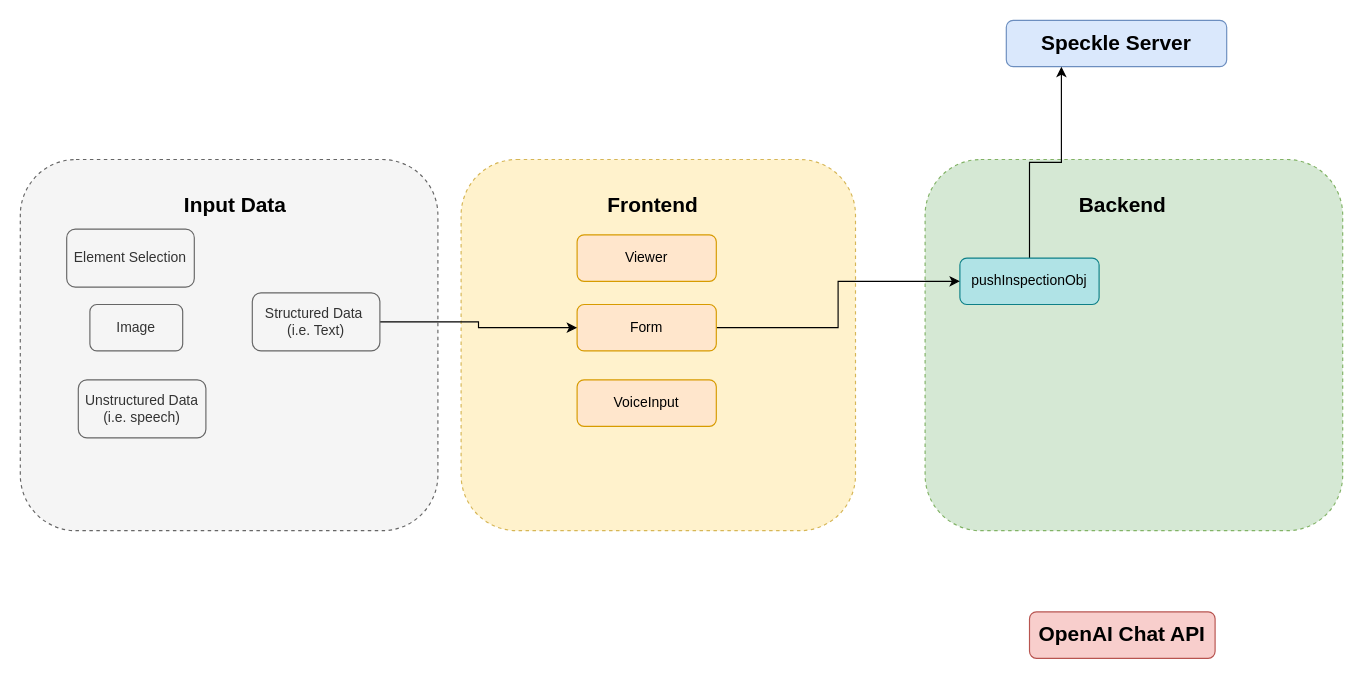
kaison428/SpeckleClashConcrete keeps this draw.io diagram as Untitled Diagram.drawio. Above is the earlier version. Source tidied: cells renumbered, new cells numbered last; positions are measured from the earlier drawing's top-left corner, leaving out a move shared by most shapes. Both pictures are drawn from the tidied source at 116%, with x=0, y=0 at pixel (20, 20).
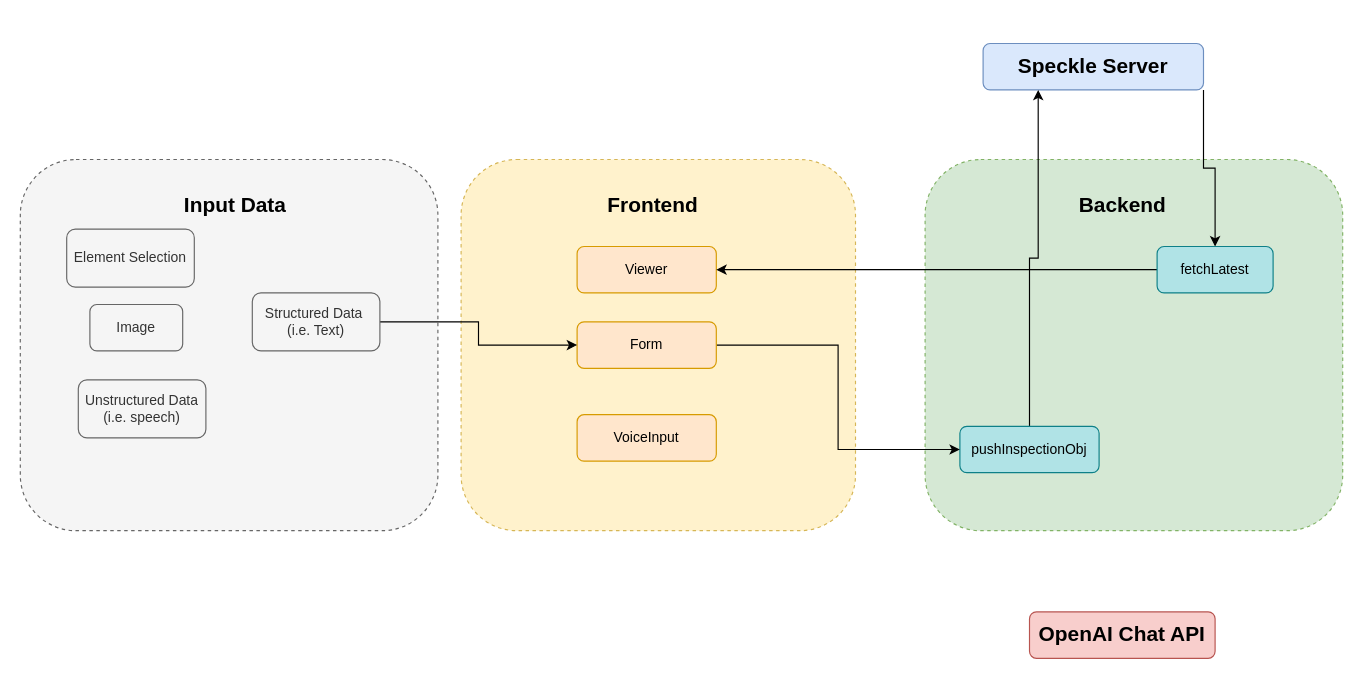
After the change.

The edit, as a diff of the source:
```diff
@@
+    <mxCell id="21" style="edgeStyle=orthogonalEdgeStyle;rounded=0;jettySize=auto;html=1;exitX=1;exitY=1;exitDx=0;exitDy=0;entryX=0.5;entryY=0;entryDx=0;entryDy=0;" parent="1" edge="1" source="5" target="23">
+      <mxGeometry relative="1" as="geometry" />
+    </mxCell>
     <mxCell id="5" value="Speckle Server" style="rounded=1;whiteSpace=wrap;html=1;fontSize=18;glass=0;strokeWidth=1;shadow=0;fillColor=#dae8fc;strokeColor=#6c8ebf;fontStyle=1;" parent="1" vertex="1">
-      <mxGeometry x="850" width="190" height="40" as="geometry" />
+      <mxGeometry x="830" y="20" width="190" height="40" as="geometry" />
     </mxCell>
@@
     <mxCell id="7" value="pushInspectionObj" style="rounded=1;whiteSpace=wrap;html=1;fontSize=12;glass=0;strokeWidth=1;shadow=0;fillColor=#b0e3e6;strokeColor=#0e8088;" parent="1" vertex="1">
-      <mxGeometry x="810" y="205" width="120" height="40" as="geometry" />
+      <mxGeometry x="810" y="350" width="120" height="40" as="geometry" />
     </mxCell>
     <mxCell id="8" value="Viewer" style="rounded=1;whiteSpace=wrap;html=1;fontSize=12;glass=0;strokeWidth=1;shadow=0;fillColor=#ffe6cc;strokeColor=#d79b00;" parent="1" vertex="1">
-      <mxGeometry x="480" y="185" width="120" height="40" as="geometry" />
+      <mxGeometry x="480" y="195" width="120" height="40" as="geometry" />
     </mxCell>
@@
     <mxCell id="16" value="Form" style="rounded=1;whiteSpace=wrap;html=1;fontSize=12;glass=0;strokeWidth=1;shadow=0;fillColor=#ffe6cc;strokeColor=#d79b00;" parent="1" vertex="1">
-      <mxGeometry x="480" y="245" width="120" height="40" as="geometry" />
+      <mxGeometry x="480" y="260" width="120" height="40" as="geometry" />
     </mxCell>
     <mxCell id="17" value="VoiceInput" style="rounded=1;whiteSpace=wrap;html=1;fontSize=12;glass=0;strokeWidth=1;shadow=0;fillColor=#ffe6cc;strokeColor=#d79b00;" parent="1" vertex="1">
-      <mxGeometry x="480" y="310" width="120" height="40" as="geometry" />
+      <mxGeometry x="480" y="340" width="120" height="40" as="geometry" />
     </mxCell>
@@
+    <mxCell id="22" style="edgeStyle=orthogonalEdgeStyle;rounded=0;jettySize=auto;html=1;entryX=1;entryY=0.5;entryDx=0;entryDy=0;" parent="1" edge="1" source="23" target="8">
+      <mxGeometry relative="1" as="geometry" />
+    </mxCell>
+    <mxCell id="23" value="fetchLatest" style="rounded=1;whiteSpace=wrap;html=1;fontSize=12;glass=0;strokeWidth=1;shadow=0;fillColor=#b0e3e6;strokeColor=#0e8088;" parent="1" vertex="1">
+      <mxGeometry x="980" y="195" width="100" height="40" as="geometry" />
+    </mxCell>
```
